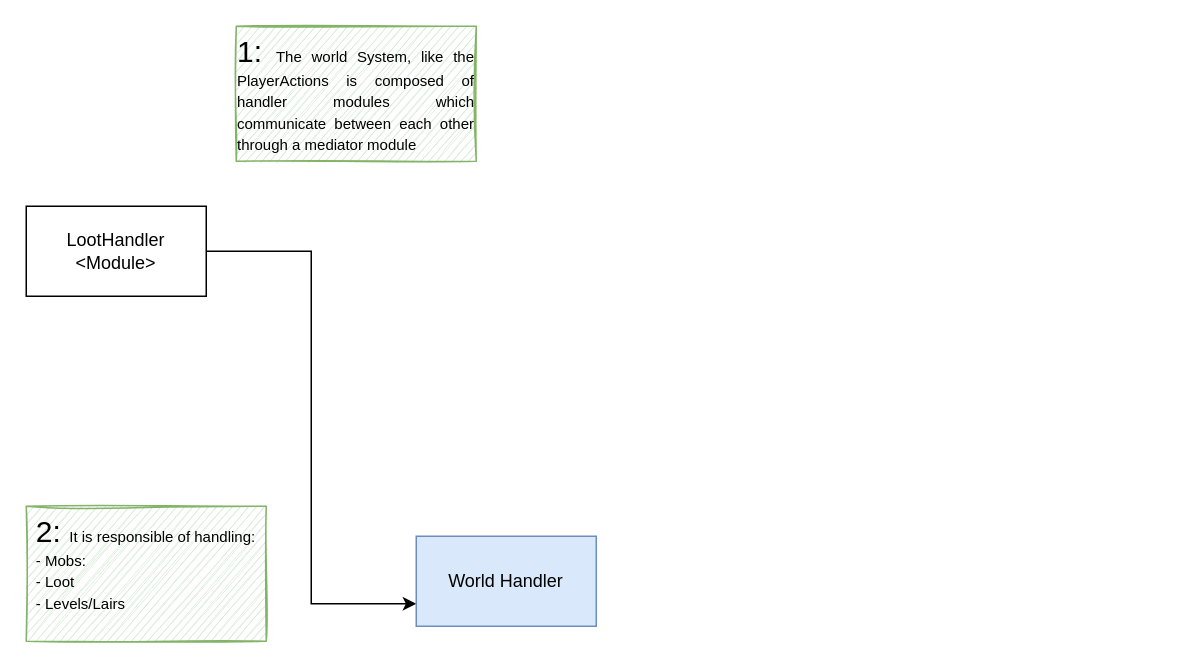
CluelessD3v/voldexGame keeps this draw.io diagram as Docs/LootHandlerArqDiagram.drawio. Above is the earlier version. Source tidied: cells renumbered, new cells numbered last; positions are measured from the earlier drawing's top-left corner, leaving out a move shared by most shapes. Both pictures are drawn from the tidied source at 150%, with x=0, y=0 at pixel (26, 26).
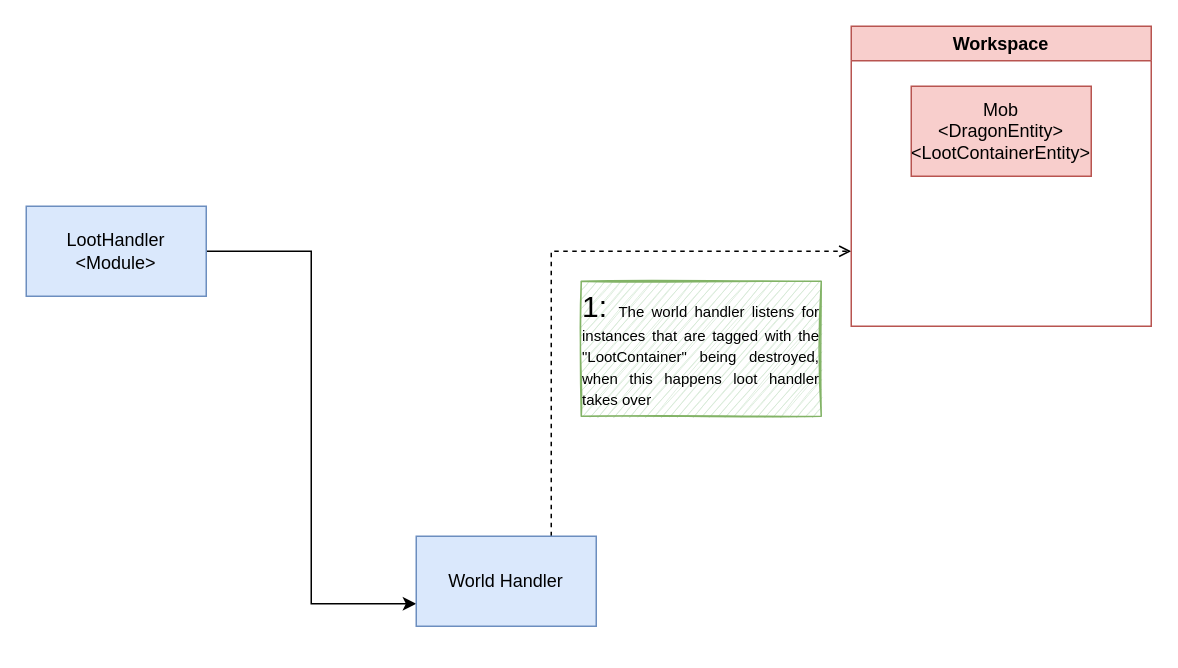
The same page after the edit.

Change to the diagram source:
```diff
@@
 <mxGraphModel>
   <root>
     <mxCell id="0" />
     <mxCell id="1" parent="0" />
     <mxCell id="2" style="edgeStyle=orthogonalEdgeStyle;rounded=0;jettySize=auto;html=1;entryX=0;entryY=0.75;entryDx=0;entryDy=0;" parent="1" edge="1" source="3" target="4">
       <mxGeometry relative="1" as="geometry" />
     </mxCell>
-    <mxCell id="3" value="LootHandler&lt;br&gt;&amp;lt;Module&amp;gt;" style="rounded=0;whiteSpace=wrap;html=1;" parent="1" vertex="1">
+    <mxCell id="3" value="LootHandler&lt;br&gt;&amp;lt;Module&amp;gt;" style="rounded=0;whiteSpace=wrap;html=1;fillColor=#dae8fc;strokeColor=#6c8ebf;" parent="1" vertex="1">
       <mxGeometry y="120" width="120" height="60" as="geometry" />
     </mxCell>
+    <mxCell id="7" style="edgeStyle=orthogonalEdgeStyle;rounded=0;jettySize=auto;html=1;exitX=0.75;exitY=0;exitDx=0;exitDy=0;entryX=0;entryY=0.75;entryDx=0;entryDy=0;dashed=1;endArrow=open;endFill=0;" parent="1" edge="1" source="4" target="8">
+      <mxGeometry relative="1" as="geometry" />
+    </mxCell>
     <mxCell id="4" value="World Handler" style="rounded=0;whiteSpace=wrap;html=1;fillColor=#dae8fc;strokeColor=#6c8ebf;" parent="1" vertex="1">
       <mxGeometry x="260" y="340" width="120" height="60" as="geometry" />
     </mxCell>
-    <mxCell id="5" value="&lt;div style=&quot;text-align: justify&quot;&gt;&lt;font style=&quot;font-size: 20px&quot;&gt;1: &lt;/font&gt;&lt;font style=&quot;font-size: 10px&quot;&gt;The world System, like the PlayerActions is composed of handler modules which communicate between each other through a mediator module&lt;/font&gt;&lt;/div&gt;" style="rounded=0;whiteSpace=wrap;html=1;fillColor=#d5e8d4;strokeColor=#82b366;sketch=1;" parent="1" vertex="1">
-      <mxGeometry x="140" width="160" height="90" as="geometry" />
+    <mxCell id="5" value="&lt;div style=&quot;text-align: justify&quot;&gt;&lt;font style=&quot;font-size: 20px&quot;&gt;1: &lt;/font&gt;&lt;font style=&quot;font-size: 10px&quot;&gt;The world handler listens for instances that are tagged with the &quot;LootContainer&quot; being destroyed, when this happens loot handler takes over&lt;/font&gt;&lt;/div&gt;" style="rounded=0;whiteSpace=wrap;html=1;fillColor=#d5e8d4;strokeColor=#82b366;sketch=1;" parent="1" vertex="1">
+      <mxGeometry x="370" y="170" width="160" height="90" as="geometry" />
     </mxCell>
-    <mxCell id="6" value="&lt;div style=&quot;text-align: justify&quot;&gt;&lt;font style=&quot;font-size: 20px&quot;&gt;2:&amp;nbsp;&lt;/font&gt;&lt;font style=&quot;font-size: 10px&quot;&gt;It is responsible of handling:&lt;br&gt;- Mobs:&lt;br&gt;- Loot&lt;br&gt;- Levels/Lairs&lt;br&gt;&lt;br&gt;&lt;/font&gt;&lt;/div&gt;" style="rounded=0;whiteSpace=wrap;html=1;fillColor=#d5e8d4;strokeColor=#82b366;sketch=1;" parent="1" vertex="1">
-      <mxGeometry y="320" width="160" height="90" as="geometry" />
-    </mxCell>
+    <mxCell id="8" value="Workspace" style="swimlane;fillColor=#f8cecc;strokeColor=#b85450;" parent="1" vertex="1">
+      <mxGeometry x="550" width="200" height="200" as="geometry" />
+    </mxCell>
+    <mxCell id="9" value="Mob&lt;br&gt;&amp;lt;DragonEntity&amp;gt;&lt;br&gt;&amp;lt;LootContainerEntity&amp;gt;" style="rounded=0;whiteSpace=wrap;html=1;fillColor=#f8cecc;strokeColor=#b85450;" parent="8" vertex="1">
+      <mxGeometry x="40" y="40" width="120" height="60" as="geometry" />
+    </mxCell>
   </root>
 </mxGraphModel>
```
